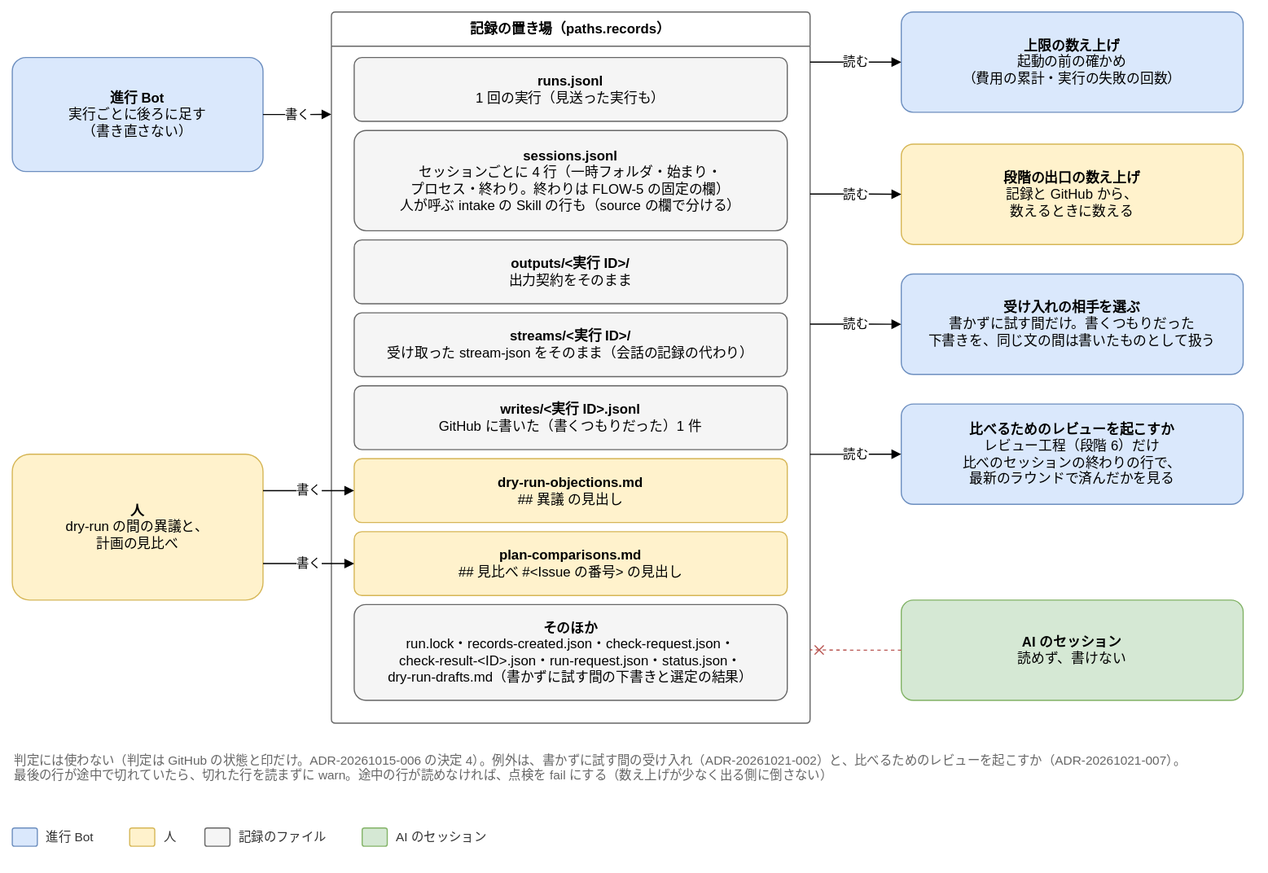
The draw.io diagram docs/design/basic/diagrams/02-records.drawio.svg in Joymerrevent/dev-autopilot, before a commit. Source tidied: cells renumbered, new cells last; positions are measured from the earlier drawing's top-left corner, leaving out a move shared by most shapes.
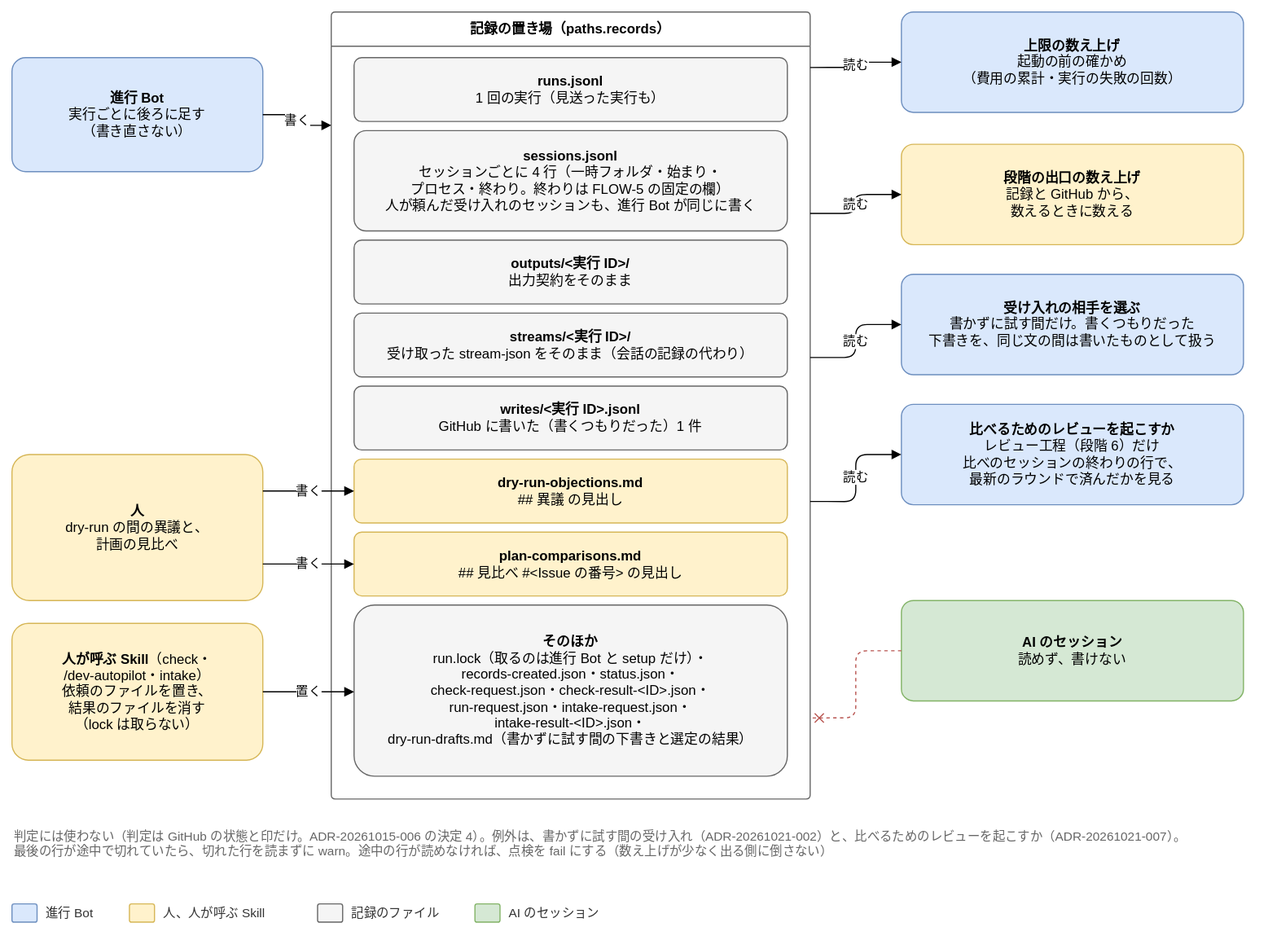
After the change.

Commit message:
docs: intake の Skill の動かし方を決めた ADR-20261022-004 を、図に反映する

Diff of the diagram source:
```diff
@@ -9,12 +9,12 @@
       <mxGeometry y="388" width="220" height="128" as="geometry" />
     </mxCell>
     <mxCell id="4" value="記録の置き場（paths.records）" style="swimlane;startSize=30;html=1;whiteSpace=wrap;rounded=1;arcSize=4;fontStyle=1;fontSize=12;strokeColor=#666666;fillColor=none;swimlaneFillColor=none;" parent="1" vertex="1">
-      <mxGeometry x="280" width="420" height="624" as="geometry" />
+      <mxGeometry x="280" width="420" height="690" as="geometry" />
     </mxCell>
     <mxCell id="5" value="&lt;b&gt;runs.jsonl&lt;/b&gt;&lt;br&gt;1 回の実行（見送った実行も）" style="rounded=1;whiteSpace=wrap;html=1;fontSize=12;arcSize=12;spacing=12;fillColor=#f5f5f5;strokeColor=#666666;" parent="1" vertex="1">
       <mxGeometry x="300" y="40" width="380" height="56" as="geometry" />
     </mxCell>
-    <mxCell id="6" value="&lt;b&gt;sessions.jsonl&lt;/b&gt;&lt;br&gt;セッションごとに 4 行（一時フォルダ・始まり・&lt;br&gt;プロセス・終わり。終わりは FLOW-5 の固定の欄）&lt;br&gt;人が呼ぶ intake の Skill の行も（source の欄で分ける）" style="rounded=1;whiteSpace=wrap;html=1;fontSize=12;arcSize=12;spacing=12;fillColor=#f5f5f5;strokeColor=#666666;" parent="1" vertex="1">
+    <mxCell id="6" value="&lt;b&gt;sessions.jsonl&lt;/b&gt;&lt;br&gt;セッションごとに 4 行（一時フォルダ・始まり・&lt;br&gt;プロセス・終わり。終わりは FLOW-5 の固定の欄）&lt;br&gt;人が頼んだ受け入れのセッションも、進行 Bot が同じに書く" style="rounded=1;whiteSpace=wrap;html=1;fontSize=12;arcSize=12;spacing=12;fillColor=#f5f5f5;strokeColor=#666666;" parent="1" vertex="1">
       <mxGeometry x="300" y="104" width="380" height="88" as="geometry" />
     </mxCell>
     <mxCell id="7" value="&lt;b&gt;outputs/&amp;lt;実行 ID&amp;gt;/&lt;/b&gt;&lt;br&gt;出力契約をそのまま" style="rounded=1;whiteSpace=wrap;html=1;fontSize=12;arcSize=12;spacing=12;fillColor=#f5f5f5;strokeColor=#666666;" parent="1" vertex="1">
@@ -54,52 +54,58 @@
       <mxGeometry relative="1" as="geometry" />
     </mxCell>
     <mxCell id="19" value="判定には使わない（判定は GitHub の状態と印だけ。ADR-20261015-006 の決定 4）。例外は、書かずに試す間の受け入れ（ADR-20261021-002）と、比べるためのレビューを起こすか（ADR-20261021-007）。&lt;br&gt;最後の行が途中で切れていたら、切れた行を読まずに warn。途中の行が読めなければ、点検を fail にする（数え上げが少なく出る側に倒さない）" style="text;html=1;whiteSpace=wrap;align=left;verticalAlign=top;fontSize=11;fontColor=#666666;" parent="1" vertex="1">
-      <mxGeometry y="644" width="1080" height="54" as="geometry" />
+      <mxGeometry y="710" width="1080" height="54" as="geometry" />
     </mxCell>
-    <mxCell id="20" value="&lt;b&gt;そのほか&lt;/b&gt;&lt;br&gt;run.lock・records-created.json・check-request.json・&lt;br&gt;check-result-&amp;lt;ID&amp;gt;.json・run-request.json・status.json・&lt;br&gt;dry-run-drafts.md（書かずに試す間の下書きと選定の結果）" style="rounded=1;whiteSpace=wrap;html=1;fontSize=12;arcSize=12;spacing=12;fillColor=#f5f5f5;strokeColor=#666666;" parent="1" vertex="1">
-      <mxGeometry x="300" y="520" width="380" height="84" as="geometry" />
+    <mxCell id="20" value="&lt;b&gt;そのほか&lt;/b&gt;&lt;br&gt;run.lock（取るのは進行 Bot と setup だけ）・&lt;br&gt;records-created.json・status.json・&lt;br&gt;check-request.json・check-result-&amp;lt;ID&amp;gt;.json・&lt;br&gt;run-request.json・intake-request.json・&lt;br&gt;intake-result-&amp;lt;ID&amp;gt;.json・&lt;br&gt;dry-run-drafts.md（書かずに試す間の下書きと選定の結果）" style="rounded=1;whiteSpace=wrap;html=1;fontSize=12;arcSize=12;spacing=12;fillColor=#f5f5f5;strokeColor=#666666;" parent="1" vertex="1">
+      <mxGeometry x="300" y="520" width="380" height="150" as="geometry" />
     </mxCell>
+    <mxCell id="29" value="&lt;b&gt;受け入れの相手を選ぶ&lt;/b&gt;&lt;br&gt;書かずに試す間だけ。書くつもりだった&lt;br&gt;下書きを、同じ文の間は書いたものとして扱う" style="rounded=1;whiteSpace=wrap;html=1;fontSize=12;arcSize=12;spacing=12;fillColor=#dae8fc;strokeColor=#6c8ebf;" parent="1" vertex="1">
+      <mxGeometry x="780" y="230" width="300" height="88" as="geometry" />
+    </mxCell>
+    <mxCell id="30" value="読む" style="edgeStyle=orthogonalEdgeStyle;rounded=1;html=1;endArrow=block;endFill=1;fontSize=11;labelBackgroundColor=#ffffff;exitX=1;exitY=0.439;exitDx=0;exitDy=0;entryX=0;entryY=0.5;entryDx=0;entryDy=0;" parent="1" edge="1" source="4" target="29">
+      <mxGeometry relative="1" as="geometry" />
+    </mxCell>
+    <mxCell id="31" value="&lt;b&gt;比べるためのレビューを起こすか&lt;/b&gt;&lt;br&gt;レビュー工程（段階 6）だけ&lt;br&gt;比べのセッションの終わりの行で、&lt;br&gt;最新のラウンドで済んだかを見る" style="rounded=1;whiteSpace=wrap;html=1;fontSize=12;arcSize=12;spacing=12;fillColor=#dae8fc;strokeColor=#6c8ebf;" parent="1" vertex="1">
+      <mxGeometry x="780" y="344" width="300" height="88" as="geometry" />
+    </mxCell>
+    <mxCell id="32" value="読む" style="edgeStyle=orthogonalEdgeStyle;rounded=1;html=1;endArrow=block;endFill=1;fontSize=11;labelBackgroundColor=#ffffff;exitX=1;exitY=0.622;exitDx=0;exitDy=0;entryX=0;entryY=0.5;entryDx=0;entryDy=0;" parent="1" edge="1" source="4" target="31">
+      <mxGeometry relative="1" as="geometry" />
+    </mxCell>
+    <mxCell id="33" value="&lt;b&gt;plan-comparisons.md&lt;/b&gt;&lt;br&gt;## 見比べ #&amp;lt;Issue の番号&amp;gt; の見出し" style="rounded=1;whiteSpace=wrap;html=1;fontSize=12;arcSize=12;spacing=12;fillColor=#fff2cc;strokeColor=#d6b656;" parent="1" vertex="1">
+      <mxGeometry x="300" y="456" width="380" height="56" as="geometry" />
+    </mxCell>
+    <mxCell id="34" value="書く" style="edgeStyle=orthogonalEdgeStyle;rounded=1;html=1;endArrow=block;endFill=1;fontSize=11;labelBackgroundColor=#ffffff;exitX=1;exitY=0.75;exitDx=0;exitDy=0;entryX=0;entryY=0.5;entryDx=0;entryDy=0;" parent="1" edge="1" source="3" target="33">
+      <mxGeometry relative="1" as="geometry" />
+    </mxCell>
+    <mxCell id="35" value="&lt;b&gt;人が呼ぶ Skill&lt;/b&gt;（check・&lt;br&gt;/dev-autopilot・intake）&lt;br&gt;依頼のファイルを置き、&lt;br&gt;結果のファイルを消す&lt;br&gt;（lock は取らない）" style="rounded=1;whiteSpace=wrap;html=1;fontSize=12;arcSize=12;spacing=12;fillColor=#fff2cc;strokeColor=#d6b656;" parent="1" vertex="1">
+      <mxGeometry y="536" width="220" height="120" as="geometry" />
+    </mxCell>
+    <mxCell id="36" value="置く" style="edgeStyle=orthogonalEdgeStyle;rounded=1;html=1;endArrow=block;endFill=1;fontSize=11;labelBackgroundColor=#ffffff;exitX=1;exitY=0.5;exitDx=0;exitDy=0;entryX=0;entryY=0.507;entryDx=0;entryDy=0;" parent="1" edge="1" source="35" target="20">
+      <mxGeometry relative="1" as="geometry" />
+    </mxCell>
     <mxCell id="21" style="rounded=1;whiteSpace=wrap;html=1;fontSize=12;arcSize=12;spacing=12;fillColor=#dae8fc;strokeColor=#6c8ebf;" parent="1" vertex="1">
-      <mxGeometry y="716" width="22" height="16" as="geometry" />
+      <mxGeometry y="782" width="22" height="16" as="geometry" />
     </mxCell>
     <mxCell id="22" value="進行 Bot" style="text;html=1;align=left;verticalAlign=middle;fontSize=11;fontColor=#333333;" parent="1" vertex="1">
-      <mxGeometry x="28" y="714" width="59" height="20" as="geometry" />
+      <mxGeometry x="28" y="780" width="59" height="20" as="geometry" />
     </mxCell>
     <mxCell id="23" style="rounded=1;whiteSpace=wrap;html=1;fontSize=12;arcSize=12;spacing=12;fillColor=#fff2cc;strokeColor=#d6b656;" parent="1" vertex="1">
-      <mxGeometry x="103" y="716" width="22" height="16" as="geometry" />
+      <mxGeometry x="103" y="782" width="22" height="16" as="geometry" />
     </mxCell>
-    <mxCell id="24" value="人" style="text;html=1;align=left;verticalAlign=middle;fontSize=11;fontColor=#333333;" parent="1" vertex="1">
-      <mxGeometry x="131" y="714" width="22" height="20" as="geometry" />
+    <mxCell id="24" value="人、人が呼ぶ Skill" style="text;html=1;align=left;verticalAlign=middle;fontSize=11;fontColor=#333333;" parent="1" vertex="1">
+      <mxGeometry x="131" y="780" width="121" height="20" as="geometry" />
     </mxCell>
     <mxCell id="25" style="rounded=1;whiteSpace=wrap;html=1;fontSize=12;arcSize=12;spacing=12;fillColor=#f5f5f5;strokeColor=#666666;" parent="1" vertex="1">
-      <mxGeometry x="169" y="716" width="22" height="16" as="geometry" />
+      <mxGeometry x="268" y="782" width="22" height="16" as="geometry" />
     </mxCell>
     <mxCell id="26" value="記録のファイル" style="text;html=1;align=left;verticalAlign=middle;fontSize=11;fontColor=#333333;" parent="1" vertex="1">
-      <mxGeometry x="197" y="714" width="94" height="20" as="geometry" />
+      <mxGeometry x="296" y="780" width="94" height="20" as="geometry" />
     </mxCell>
     <mxCell id="27" style="rounded=1;whiteSpace=wrap;html=1;fontSize=12;arcSize=12;spacing=12;fillColor=#d5e8d4;strokeColor=#82b366;" parent="1" vertex="1">
-      <mxGeometry x="307" y="716" width="22" height="16" as="geometry" />
+      <mxGeometry x="406" y="782" width="22" height="16" as="geometry" />
     </mxCell>
     <mxCell id="28" value="AI のセッション" style="text;html=1;align=left;verticalAlign=middle;fontSize=11;fontColor=#333333;" parent="1" vertex="1">
-      <mxGeometry x="335" y="714" width="100" height="20" as="geometry" />
+      <mxGeometry x="434" y="780" width="100" height="20" as="geometry" />
     </mxCell>
-    <mxCell id="29" value="&lt;b&gt;受け入れの相手を選ぶ&lt;/b&gt;&lt;br&gt;書かずに試す間だけ。書くつもりだった&lt;br&gt;下書きを、同じ文の間は書いたものとして扱う" style="rounded=1;whiteSpace=wrap;html=1;fontSize=12;arcSize=12;spacing=12;fillColor=#dae8fc;strokeColor=#6c8ebf;" parent="1" vertex="1">
-      <mxGeometry x="780" y="230" width="300" height="88" as="geometry" />
-    </mxCell>
-    <mxCell id="30" value="読む" style="edgeStyle=orthogonalEdgeStyle;rounded=1;html=1;endArrow=block;endFill=1;fontSize=11;labelBackgroundColor=#ffffff;exitX=1;exitY=0.439;exitDx=0;exitDy=0;entryX=0;entryY=0.5;entryDx=0;entryDy=0;" parent="1" edge="1" source="4" target="29">
-      <mxGeometry relative="1" as="geometry" />
-    </mxCell>
-    <mxCell id="31" value="&lt;b&gt;比べるためのレビューを起こすか&lt;/b&gt;&lt;br&gt;レビュー工程（段階 6）だけ&lt;br&gt;比べのセッションの終わりの行で、&lt;br&gt;最新のラウンドで済んだかを見る" style="rounded=1;whiteSpace=wrap;html=1;fontSize=12;arcSize=12;spacing=12;fillColor=#dae8fc;strokeColor=#6c8ebf;" parent="1" vertex="1">
-      <mxGeometry x="780" y="344" width="300" height="88" as="geometry" />
-    </mxCell>
-    <mxCell id="32" value="読む" style="edgeStyle=orthogonalEdgeStyle;rounded=1;html=1;endArrow=block;endFill=1;fontSize=11;labelBackgroundColor=#ffffff;exitX=1;exitY=0.622;exitDx=0;exitDy=0;entryX=0;entryY=0.5;entryDx=0;entryDy=0;" parent="1" edge="1" source="4" target="31">
-      <mxGeometry relative="1" as="geometry" />
-    </mxCell>
-    <mxCell id="33" value="&lt;b&gt;plan-comparisons.md&lt;/b&gt;&lt;br&gt;## 見比べ #&amp;lt;Issue の番号&amp;gt; の見出し" style="rounded=1;whiteSpace=wrap;html=1;fontSize=12;arcSize=12;spacing=12;fillColor=#fff2cc;strokeColor=#d6b656;" parent="1" vertex="1">
-      <mxGeometry x="300" y="456" width="380" height="56" as="geometry" />
-    </mxCell>
-    <mxCell id="34" value="書く" style="edgeStyle=orthogonalEdgeStyle;rounded=1;html=1;endArrow=block;endFill=1;fontSize=11;labelBackgroundColor=#ffffff;exitX=1;exitY=0.75;exitDx=0;exitDy=0;entryX=0;entryY=0.5;entryDx=0;entryDy=0;" parent="1" edge="1" source="3" target="33">
-      <mxGeometry relative="1" as="geometry" />
-    </mxCell>
   </root>
 </mxGraphModel>
```
